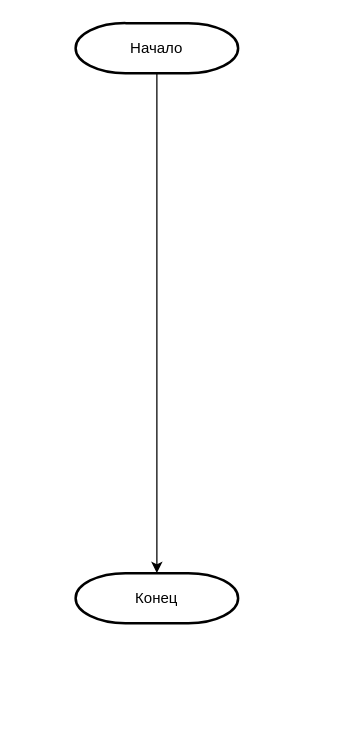
Before: Algorithm_OPZ/(4. ЧИ) Алгоритм Генерация требований.drawio in SmirnovBogdan8/Diplom, a draw.io diagram. Source tidied: cells renumbered, new cells numbered last; positions are measured from the earlier drawing's top-left corner, leaving out a move shared by most shapes. Both pictures are drawn from the tidied source at 125%, with x=0, y=0 at pixel (75, 22).
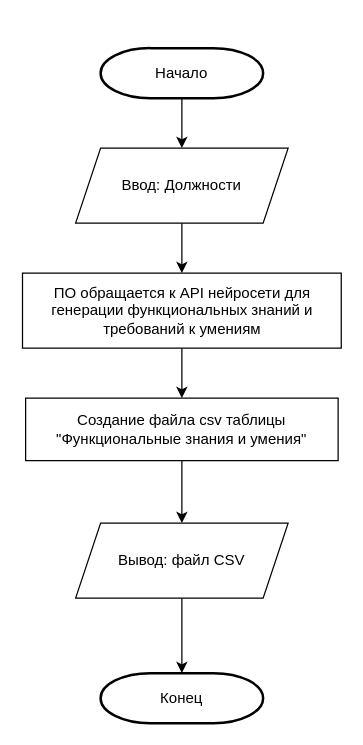
The same diagram, later.

Change to the diagram source:
```diff
@@
 <mxGraphModel>
   <root>
     <mxCell id="0" />
     <mxCell id="1" parent="0" />
-    <mxCell id="2" style="edgeStyle=orthogonalEdgeStyle;rounded=0;jettySize=auto;html=1;exitX=0.5;exitY=1;exitDx=0;exitDy=0;exitPerimeter=0;" parent="1" edge="1" source="3" target="4">
-      <mxGeometry relative="1" as="geometry" />
-    </mxCell>
+    <mxCell id="5" style="edgeStyle=orthogonalEdgeStyle;rounded=0;jettySize=auto;html=1;" parent="1" edge="1" source="3" target="7">
+      <mxGeometry relative="1" as="geometry" />
+    </mxCell>
     <mxCell id="3" value="Начало" style="strokeWidth=2;html=1;shape=mxgraph.flowchart.terminator;whiteSpace=wrap;" parent="1" vertex="1">
-      <mxGeometry width="130" height="40" as="geometry" />
+      <mxGeometry x="20" y="20" width="130" height="40" as="geometry" />
     </mxCell>
     <mxCell id="4" value="Конец" style="strokeWidth=2;html=1;shape=mxgraph.flowchart.terminator;whiteSpace=wrap;" parent="1" vertex="1">
-      <mxGeometry y="440" width="130" height="40" as="geometry" />
+      <mxGeometry x="20" y="520" width="130" height="40" as="geometry" />
     </mxCell>
+    <mxCell id="6" style="edgeStyle=orthogonalEdgeStyle;rounded=0;jettySize=auto;html=1;" parent="1" edge="1" source="7" target="9">
+      <mxGeometry relative="1" as="geometry" />
+    </mxCell>
+    <mxCell id="7" value="Ввод: Должности" style="shape=parallelogram;perimeter=parallelogramPerimeter;whiteSpace=wrap;html=1;fixedSize=1;" parent="1" vertex="1">
+      <mxGeometry y="100" width="170" height="60" as="geometry" />
+    </mxCell>
+    <mxCell id="8" style="edgeStyle=orthogonalEdgeStyle;rounded=0;jettySize=auto;html=1;" parent="1" edge="1" source="9" target="11">
+      <mxGeometry relative="1" as="geometry" />
+    </mxCell>
+    <mxCell id="9" value="ПО обращается к API нейросети для генерации функциональных знаний и требований к умениям" style="rounded=0;whiteSpace=wrap;html=1;" parent="1" vertex="1">
+      <mxGeometry x="-42.5" y="200" width="255" height="60" as="geometry" />
+    </mxCell>
+    <mxCell id="10" style="edgeStyle=orthogonalEdgeStyle;rounded=0;jettySize=auto;html=1;" parent="1" edge="1" source="11" target="13">
+      <mxGeometry relative="1" as="geometry" />
+    </mxCell>
+    <mxCell id="11" value="Создание файла csv таблицы &quot;Функциональные знания и умения&quot;" style="rounded=0;whiteSpace=wrap;html=1;" parent="1" vertex="1">
+      <mxGeometry x="-40" y="300" width="250" height="50" as="geometry" />
+    </mxCell>
+    <mxCell id="12" style="edgeStyle=orthogonalEdgeStyle;rounded=0;jettySize=auto;html=1;" parent="1" edge="1" source="13" target="4">
+      <mxGeometry relative="1" as="geometry" />
+    </mxCell>
+    <mxCell id="13" value="Вывод: файл CSV" style="shape=parallelogram;perimeter=parallelogramPerimeter;whiteSpace=wrap;html=1;fixedSize=1;" parent="1" vertex="1">
+      <mxGeometry y="400" width="170" height="60" as="geometry" />
+    </mxCell>
   </root>
 </mxGraphModel>
```
